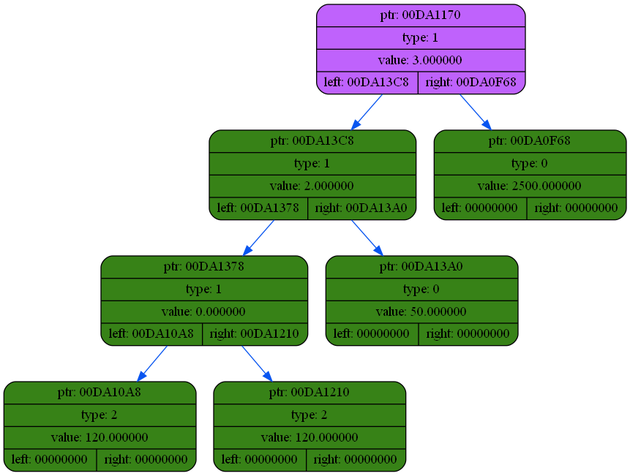
Earlier version of the Graphviz export dump/dump6.png (coffee8cat/differentiator). Its source is kept beside it as dump/dump6.dot.
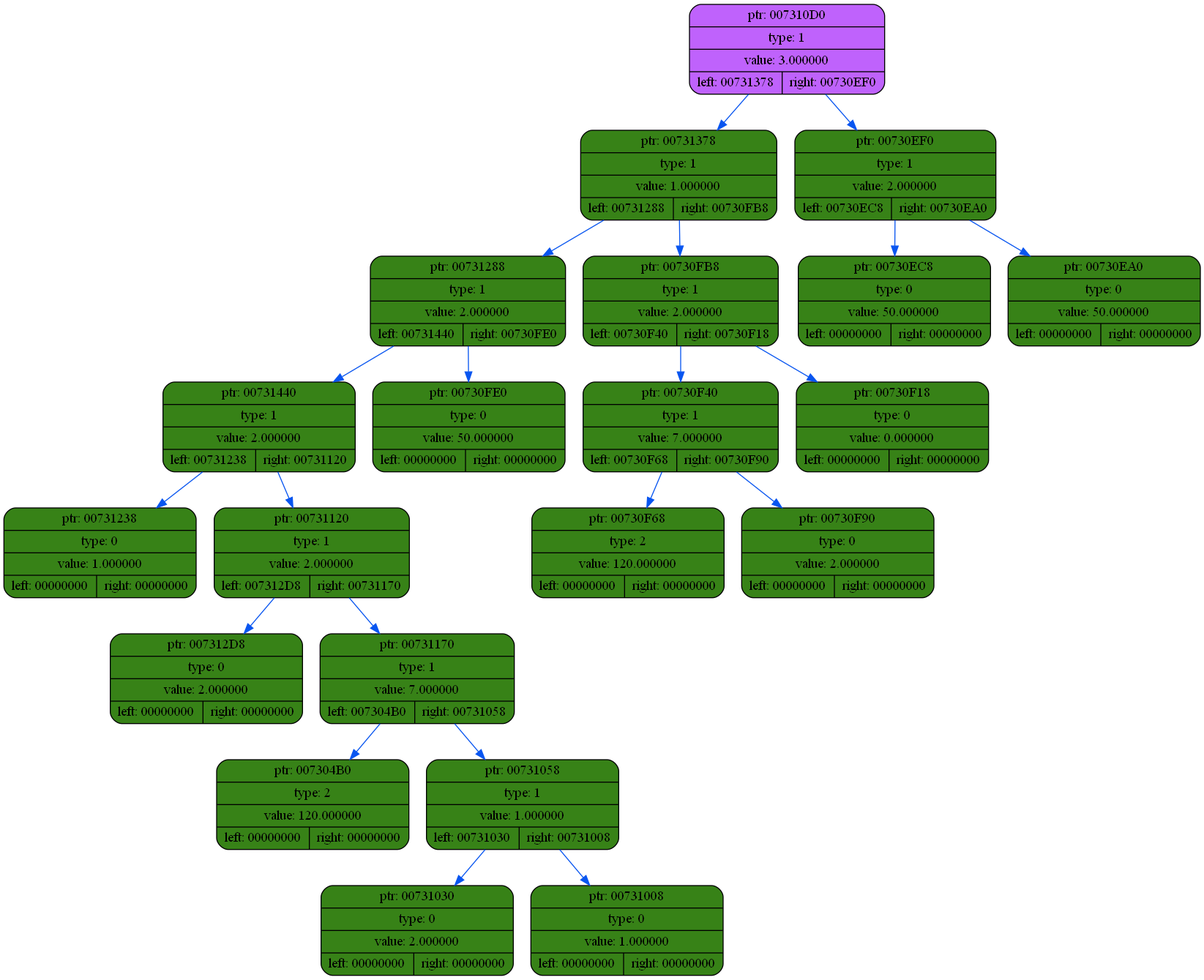
The same diagram one commit later.

Change to the diagram source:
```diff
@@ -2,17 +2,45 @@
 {
     rankdir=TP
 
-        node00DA1170[shape=record,style="rounded,filled",fillcolor="#BF62FC",label="{ ptr: 00DA1170 | type: 1 | value: 3.000000| { left: 00DA13C8 | right: 00DA0F68 }}"];
-    node00DA1170 -> node00DA13C8[color="#0855F0"]
-    node00DA13C8[shape=record,style="rounded,filled",fillcolor="#378217",label="{ ptr: 00DA13C8 | type: 1 | value: 2.000000| { left: 00DA1378 | right: 00DA13A0 }}"];
-    node00DA13C8 -> node00DA1378[color="#0855F0"]
-    node00DA1378[shape=record,style="rounded,filled",fillcolor="#378217",label="{ ptr: 00DA1378 | type: 1 | value: 0.000000| { left: 00DA10A8 | right: 00DA1210 }}"];
-    node00DA1378 -> node00DA10A8[color="#0855F0"]
-    node00DA10A8[shape=record,style="rounded,filled",fillcolor="#378217",label="{ ptr: 00DA10A8 | type: 2 | value: 120.000000| { left: 00000000 | right: 00000000 }}"];
-    node00DA1378 -> node00DA1210[color="#0855F0"]
-    node00DA1210[shape=record,style="rounded,filled",fillcolor="#378217",label="{ ptr: 00DA1210 | type: 2 | value: 120.000000| { left: 00000000 | right: 00000000 }}"];
-    node00DA13C8 -> node00DA13A0[color="#0855F0"]
-    node00DA13A0[shape=record,style="rounded,filled",fillcolor="#378217",label="{ ptr: 00DA13A0 | type: 0 | value: 50.000000| { left: 00000000 | right: 00000000 }}"];
-    node00DA1170 -> node00DA0F68[color="#0855F0"]
-    node00DA0F68[shape=record,style="rounded,filled",fillcolor="#378217",label="{ ptr: 00DA0F68 | type: 0 | value: 2500.000000| { left: 00000000 | right: 00000000 }}"];
+        node007310D0[shape=record,style="rounded,filled",fillcolor="#BF62FC",label="{ ptr: 007310D0 | type: 1 | value: 3.000000| { left: 00731378 | right: 00730EF0 }}"];
+    node007310D0 -> node00731378[color="#0855F0"]
+    node00731378[shape=record,style="rounded,filled",fillcolor="#378217",label="{ ptr: 00731378 | type: 1 | value: 1.000000| { left: 00731288 | right: 00730FB8 }}"];
+    node00731378 -> node00731288[color="#0855F0"]
+    node00731288[shape=record,style="rounded,filled",fillcolor="#378217",label="{ ptr: 00731288 | type: 1 | value: 2.000000| { left: 00731440 | right: 00730FE0 }}"];
+    node00731288 -> node00731440[color="#0855F0"]
+    node00731440[shape=record,style="rounded,filled",fillcolor="#378217",label="{ ptr: 00731440 | type: 1 | value: 2.000000| { left: 00731238 | right: 00731120 }}"];
+    node00731440 -> node00731238[color="#0855F0"]
+    node00731238[shape=record,style="rounded,filled",fillcolor="#378217",label="{ ptr: 00731238 | type: 0 | value: 1.000000| { left: 00000000 | right: 00000000 }}"];
+    node00731440 -> node00731120[color="#0855F0"]
+    node00731120[shape=record,style="rounded,filled",fillcolor="#378217",label="{ ptr: 00731120 | type: 1 | value: 2.000000| { left: 007312D8 | right: 00731170 }}"];
+    node00731120 -> node007312D8[color="#0855F0"]
+    node007312D8[shape=record,style="rounded,filled",fillcolor="#378217",label="{ ptr: 007312D8 | type: 0 | value: 2.000000| { left: 00000000 | right: 00000000 }}"];
+    node00731120 -> node00731170[color="#0855F0"]
+    node00731170[shape=record,style="rounded,filled",fillcolor="#378217",label="{ ptr: 00731170 | type: 1 | value: 7.000000| { left: 007304B0 | right: 00731058 }}"];
+    node00731170 -> node007304B0[color="#0855F0"]
+    node007304B0[shape=record,style="rounded,filled",fillcolor="#378217",label="{ ptr: 007304B0 | type: 2 | value: 120.000000| { left: 00000000 | right: 00000000 }}"];
+    node00731170 -> node00731058[color="#0855F0"]
+    node00731058[shape=record,style="rounded,filled",fillcolor="#378217",label="{ ptr: 00731058 | type: 1 | value: 1.000000| { left: 00731030 | right: 00731008 }}"];
+    node00731058 -> node00731030[color="#0855F0"]
+    node00731030[shape=record,style="rounded,filled",fillcolor="#378217",label="{ ptr: 00731030 | type: 0 | value: 2.000000| { left: 00000000 | right: 00000000 }}"];
+    node00731058 -> node00731008[color="#0855F0"]
+    node00731008[shape=record,style="rounded,filled",fillcolor="#378217",label="{ ptr: 00731008 | type: 0 | value: 1.000000| { left: 00000000 | right: 00000000 }}"];
+    node00731288 -> node00730FE0[color="#0855F0"]
+    node00730FE0[shape=record,style="rounded,filled",fillcolor="#378217",label="{ ptr: 00730FE0 | type: 0 | value: 50.000000| { left: 00000000 | right: 00000000 }}"];
+    node00731378 -> node00730FB8[color="#0855F0"]
+    node00730FB8[shape=record,style="rounded,filled",fillcolor="#378217",label="{ ptr: 00730FB8 | type: 1 | value: 2.000000| { left: 00730F40 | right: 00730F18 }}"];
+    node00730FB8 -> node00730F40[color="#0855F0"]
+    node00730F40[shape=record,style="rounded,filled",fillcolor="#378217",label="{ ptr: 00730F40 | type: 1 | value: 7.000000| { left: 00730F68 | right: 00730F90 }}"];
+    node00730F40 -> node00730F68[color="#0855F0"]
+    node00730F68[shape=record,style="rounded,filled",fillcolor="#378217",label="{ ptr: 00730F68 | type: 2 | value: 120.000000| { left: 00000000 | right: 00000000 }}"];
+    node00730F40 -> node00730F90[color="#0855F0"]
+    node00730F90[shape=record,style="rounded,filled",fillcolor="#378217",label="{ ptr: 00730F90 | type: 0 | value: 2.000000| { left: 00000000 | right: 00000000 }}"];
+    node00730FB8 -> node00730F18[color="#0855F0"]
+    node00730F18[shape=record,style="rounded,filled",fillcolor="#378217",label="{ ptr: 00730F18 | type: 0 | value: 0.000000| { left: 00000000 | right: 00000000 }}"];
+    node007310D0 -> node00730EF0[color="#0855F0"]
+    node00730EF0[shape=record,style="rounded,filled",fillcolor="#378217",label="{ ptr: 00730EF0 | type: 1 | value: 2.000000| { left: 00730EC8 | right: 00730EA0 }}"];
+    node00730EF0 -> node00730EC8[color="#0855F0"]
+    node00730EC8[shape=record,style="rounded,filled",fillcolor="#378217",label="{ ptr: 00730EC8 | type: 0 | value: 50.000000| { left: 00000000 | right: 00000000 }}"];
+    node00730EF0 -> node00730EA0[color="#0855F0"]
+    node00730EA0[shape=record,style="rounded,filled",fillcolor="#378217",label="{ ptr: 00730EA0 | type: 0 | value: 50.000000| { left: 00000000 | right: 00000000 }}"];
 }
```
